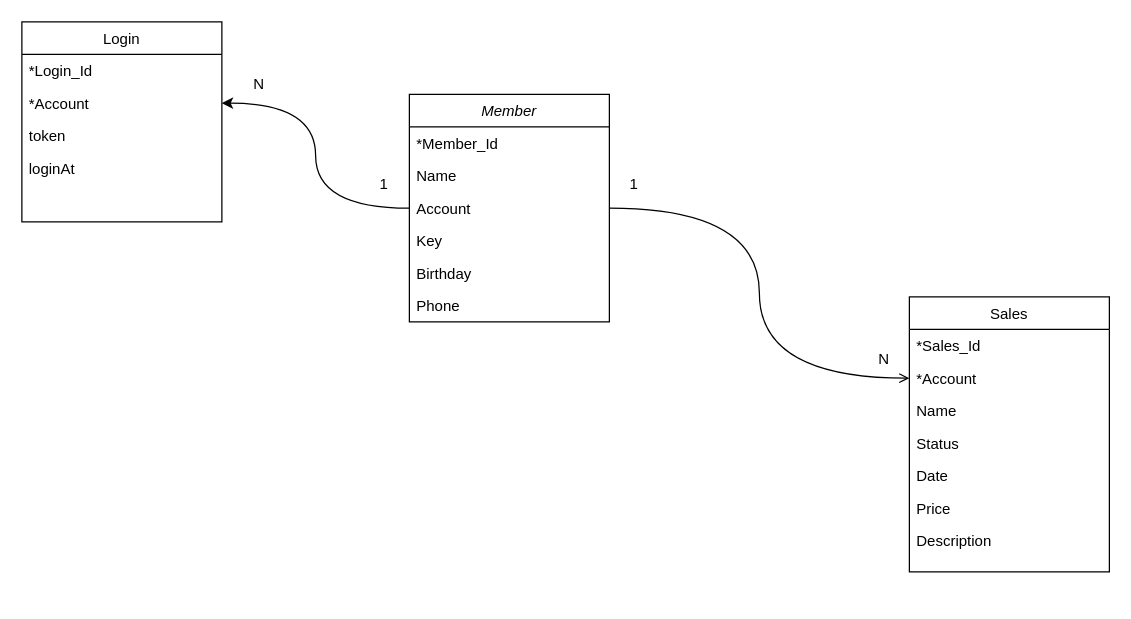
Before: 資料庫關聯圖.drawio in kuso19970916/Penny, a draw.io diagram. Source tidied: cells renumbered, new cells numbered last; positions are measured from the earlier drawing's top-left corner, leaving out a move shared by most shapes. Both pictures are drawn from the tidied source at 125%, with x=0, y=0 at pixel (21, 21).
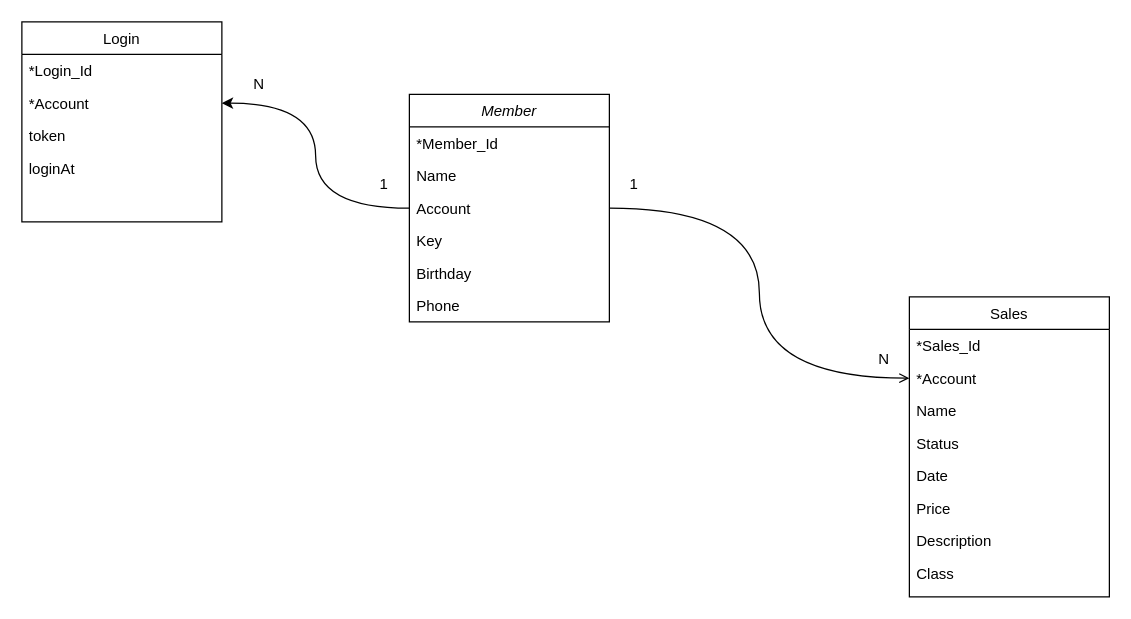
The same page after the edit.

Change to the diagram source:
```diff
@@
     <mxCell id="9" value="Sales" style="swimlane;fontStyle=0;align=center;verticalAlign=top;horizontal=1;startSize=26;rounded=0;shadow=0;strokeWidth=1;" parent="1" vertex="1">
-      <mxGeometry x="710" y="220" width="160" height="220" as="geometry" />
+      <mxGeometry x="710" y="220" width="160" height="240" as="geometry" />
     </mxCell>
@@
+    <mxCell id="28" value="Class" style="text;align=left;verticalAlign=top;spacingLeft=4;spacingRight=4;overflow=hidden;rounded=0;shadow=0;html=0;" parent="9" vertex="1">
+      <mxGeometry y="208" width="160" height="26" as="geometry" />
+    </mxCell>
```
